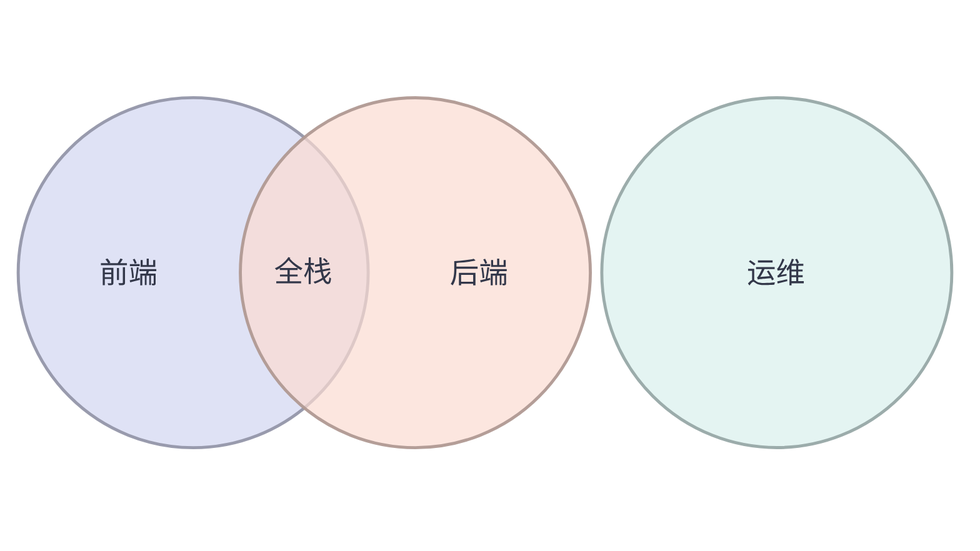
Earlier version of the Mermaid export docs/assets/venn.png (huang-hee/diagram-kit). Its source is kept beside it as docs/assets/venn.mmd. Source of this version:
```mermaid
---
config:
  theme: base
  fontFamily: "PingFang SC, Microsoft YaHei, Noto Sans CJK SC, Source Han Sans SC, sans-serif"
  themeVariables:
    background: "#FFFFFF"
    primaryColor: "#FFFFFF"
    primaryBorderColor: "#3B6FC2"
    primaryTextColor: "#33384A"
    nodeTextColor: "#33384A"
    secondaryColor: "#FBDBD1"
    tertiaryColor: "#EBF1F9"
    lineColor: "#3B6FC2"
    textColor: "#33384A"
    clusterBkg: "#EBF1F9"
    clusterBorder: "#3B6FC2"
    edgeLabelBackground: "#FFFFFF"
    titleColor: "#33384A"
    noteBkgColor: "#FFF6CE"
    noteBorderColor: "#A6A086"
    noteTextColor: "#33384A"
---
venn-beta
  set A["前端"]
  set B["后端"]
  set C["运维"]
  union A,B["全栈"]
style A fill:#D2D6F1,stroke:#9396A9,color:#33384A,fill-opacity:0.7
style B fill:#FBDBD1,stroke:#B09992,color:#33384A,fill-opacity:0.7
style C fill:#D8F0ED,stroke:#97A8A6,color:#33384A,fill-opacity:0.7
```
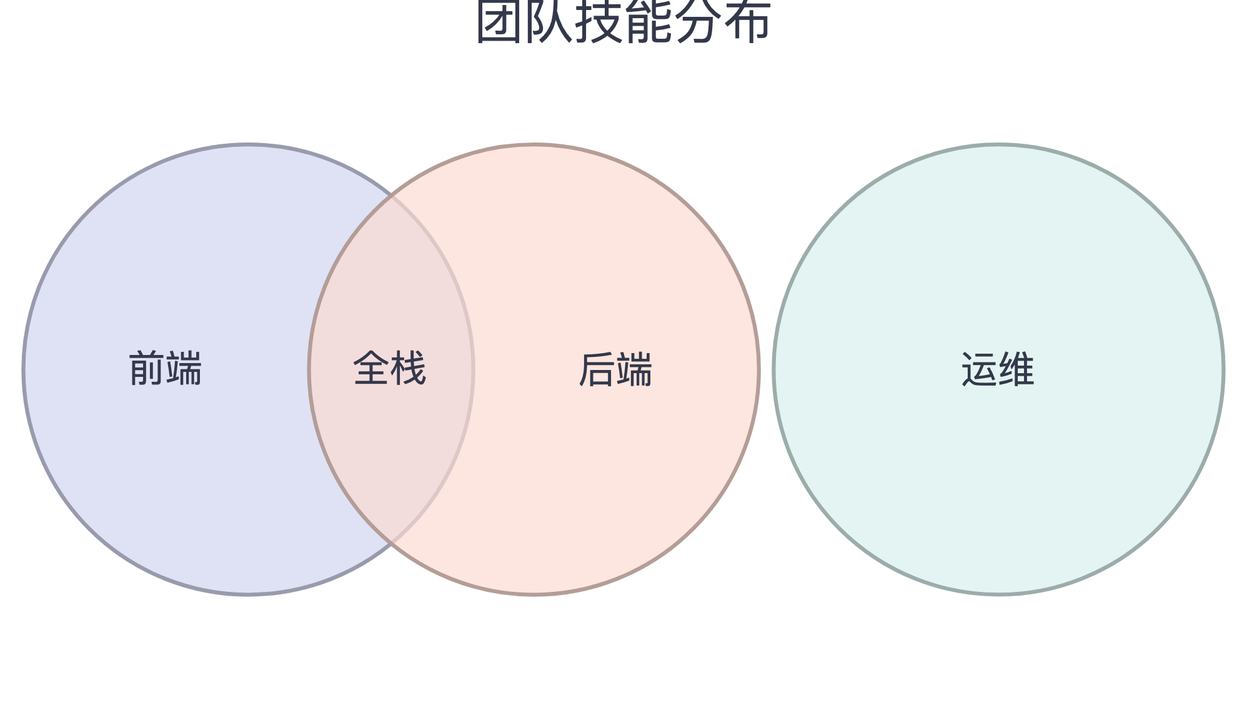
After the commit.

What changed in the source:
```diff
@@ -1,7 +1,14 @@
 ---
+title: "团队技能分布"
 config:
   theme: base
   fontFamily: "PingFang SC, Microsoft YaHei, Noto Sans CJK SC, Source Han Sans SC, sans-serif"
+  flowchart:
+    curve: "step"
+    nodeSpacing: 50
+    rankSpacing: 60
+    padding: 12
+    wrappingWidth: 300
   themeVariables:
     background: "#FFFFFF"
     primaryColor: "#FFFFFF"
```
